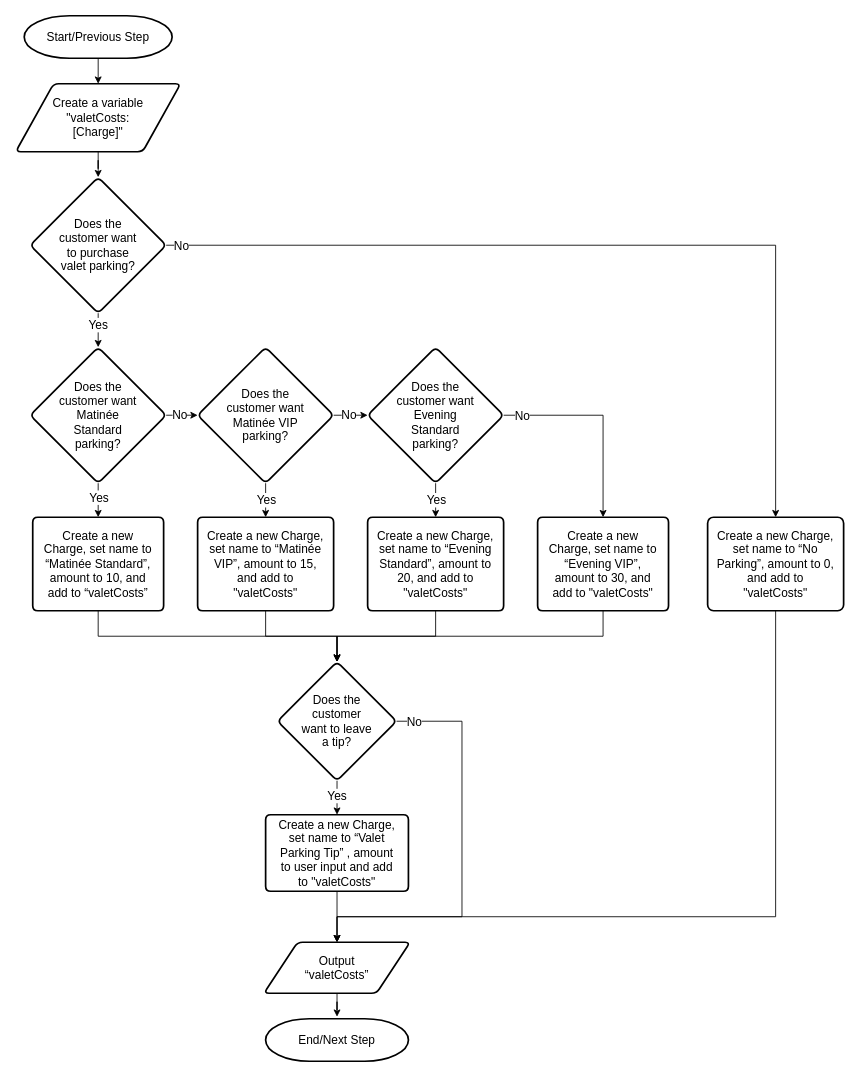
Earlier version of the draw.io diagram APS145NFF/W5/APS145_WS5_logic1_part5.drawio (lucanovello/Winter-2024). Source tidied: cells renumbered, new cells numbered last; positions are measured from the earlier drawing's top-left corner, leaving out a move shared by most shapes. Both pictures are drawn from the tidied source at 85%, with x=0, y=0 at pixel (15, 15).
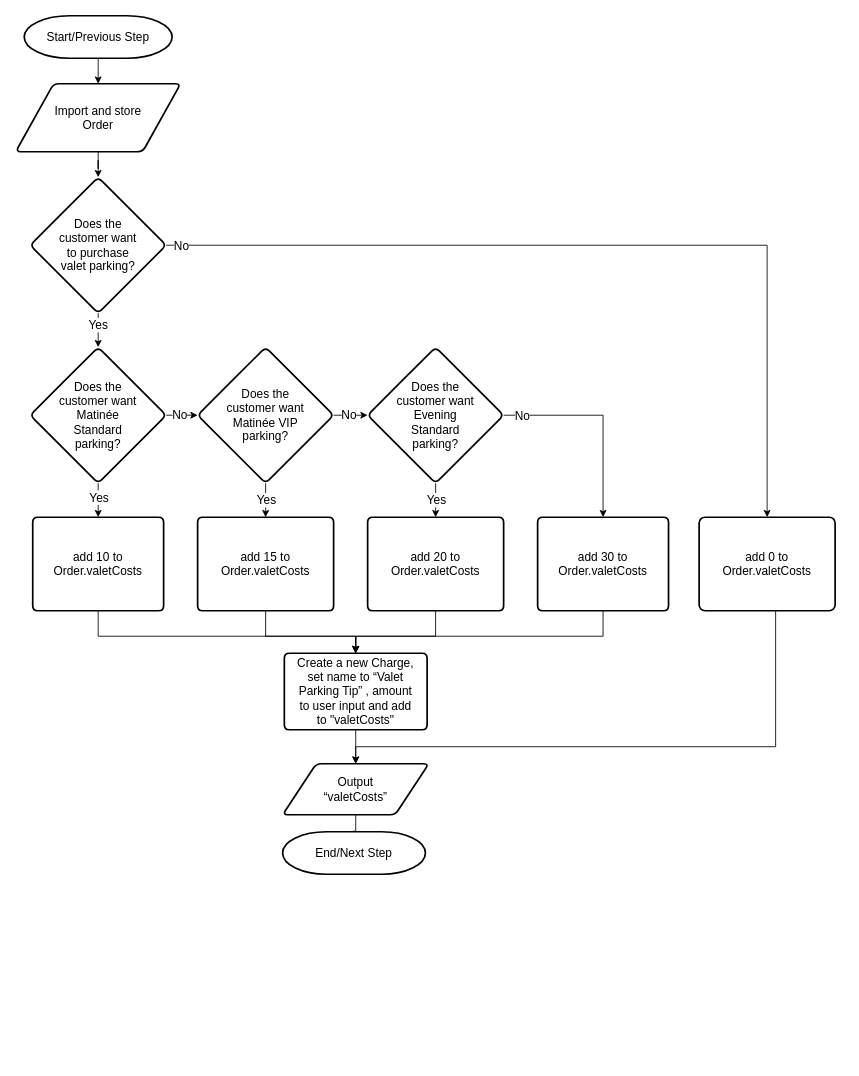
The same page after the edit.

What changed in the source:
```diff
@@
     <mxCell id="10" value="Output “valetCosts”" style="shape=parallelogram;html=1;strokeWidth=2;perimeter=parallelogramPerimeter;whiteSpace=wrap;rounded=1;arcSize=12;size=0.23;spacing=20;spacingTop=20;spacingBottom=20;spacingLeft=30;spacingRight=30;fontSize=14;" parent="1" vertex="1">
-      <mxGeometry x="292" y="1090" width="172" height="60" as="geometry" />
+      <mxGeometry x="314" y="880" width="172" height="60" as="geometry" />
     </mxCell>
@@
-    <mxCell id="12" value="&lt;div style=&quot;font-size: 14px;&quot;&gt;Create a variable &quot;valetCosts: [Charge]&quot;&lt;/div&gt;" style="shape=parallelogram;html=1;strokeWidth=2;perimeter=parallelogramPerimeter;whiteSpace=wrap;rounded=1;arcSize=12;size=0.23;spacing=20;spacingTop=20;spacingBottom=20;spacingLeft=20;spacingRight=20;fontSize=14;" parent="1" vertex="1">
+    <mxCell id="12" value="&lt;div style=&quot;font-size: 14px;&quot;&gt;Import and store Order&lt;/div&gt;" style="shape=parallelogram;html=1;strokeWidth=2;perimeter=parallelogramPerimeter;whiteSpace=wrap;rounded=1;arcSize=12;size=0.23;spacing=20;spacingTop=20;spacingBottom=20;spacingLeft=20;spacingRight=20;fontSize=14;" parent="1" vertex="1">
       <mxGeometry y="80" width="194" height="80" as="geometry" />
     </mxCell>
     <mxCell id="13" value="End/Next Step" style="strokeWidth=2;html=1;shape=mxgraph.flowchart.terminator;whiteSpace=wrap;spacing=20;spacingTop=5;spacingBottom=5;spacingLeft=5;spacingRight=5;fontSize=14;" parent="1" vertex="1">
-      <mxGeometry x="294" y="1180" width="168" height="50" as="geometry" />
+      <mxGeometry x="314" y="960" width="168" height="50" as="geometry" />
     </mxCell>
-    <mxCell id="14" style="edgeStyle=orthogonalEdgeStyle;rounded=0;jettySize=auto;html=1;entryX=0.5;entryY=0;entryDx=0;entryDy=0;fontSize=14;" parent="1" edge="1" source="18" target="10">
-      <mxGeometry relative="1" as="geometry">
-        <Array as="points">
-          <mxPoint x="525" y="830" />
-          <mxPoint x="525" y="1060" />
-          <mxPoint x="378" y="1060" />
-        </Array>
-      </mxGeometry>
-    </mxCell>
-    <mxCell id="15" value="No" style="edgeLabel;html=1;align=center;verticalAlign=middle;fontSize=14;" parent="14" vertex="1">
-      <mxGeometry x="-0.88" y="-1" relative="1" as="geometry">
-        <mxPoint x="-9" y="-1" as="offset" />
-      </mxGeometry>
-    </mxCell>
-    <mxCell id="16" style="edgeStyle=orthogonalEdgeStyle;rounded=0;jettySize=auto;html=1;fontSize=14;" parent="1" edge="1" source="18" target="20">
-      <mxGeometry relative="1" as="geometry" />
-    </mxCell>
-    <mxCell id="17" value="Yes" style="edgeLabel;html=1;align=center;verticalAlign=middle;fontSize=14;" parent="16" vertex="1">
-      <mxGeometry x="-0.13" y="-1" relative="1" as="geometry" />
-    </mxCell>
-    <mxCell id="18" value="&lt;p style=&quot;line-height: 120%; font-size: 14px;&quot;&gt;Does the customer want to leave a tip?&lt;/p&gt;" style="rhombus;whiteSpace=wrap;html=1;strokeWidth=2;rounded=1;arcSize=12;verticalAlign=middle;horizontal=1;spacing=21;spacingBottom=5;spacingTop=5;spacingLeft=5;spacingRight=5;fontSize=14;" parent="1" vertex="1">
-      <mxGeometry x="308" y="760" width="140" height="140" as="geometry" />
-    </mxCell>
@@
     <mxCell id="20" value="Create a new Charge, set name to “Valet Parking Tip” , amount to user input and add to &quot;valetCosts&quot;" style="shape=parallelogram;html=1;strokeWidth=2;perimeter=parallelogramPerimeter;whiteSpace=wrap;rounded=1;arcSize=12;size=0;spacing=12;spacingLeft=0;spacingRight=0;fontSize=14;" parent="1" vertex="1">
-      <mxGeometry x="294" y="940" width="168" height="90" as="geometry" />
+      <mxGeometry x="316" y="750" width="168" height="90" as="geometry" />
     </mxCell>
@@
-    <mxCell id="31" style="edgeStyle=orthogonalEdgeStyle;rounded=0;jettySize=auto;html=1;entryX=0.5;entryY=0;entryDx=0;entryDy=0;fontSize=14;" parent="1" edge="1" source="32" target="18">
-      <mxGeometry relative="1" as="geometry">
-        <Array as="points">
-          <mxPoint x="97" y="730" />
-          <mxPoint x="378" y="730" />
-        </Array>
-      </mxGeometry>
-    </mxCell>
+    <mxCell id="46" style="edgeStyle=orthogonalEdgeStyle;rounded=0;jettySize=auto;html=1;entryX=0.5;entryY=0;entryDx=0;entryDy=0;" parent="1" edge="1" source="32" target="20">
+      <mxGeometry relative="1" as="geometry">
+        <Array as="points">
+          <mxPoint x="97" y="730" />
+          <mxPoint x="400" y="730" />
+        </Array>
+      </mxGeometry>
+    </mxCell>
-    <mxCell id="32" value="Create a new Charge, set name to “Matinée Standard”, amount to 10, and add to “valetCosts”" style="shape=parallelogram;html=1;strokeWidth=2;perimeter=parallelogramPerimeter;whiteSpace=wrap;rounded=1;arcSize=12;size=0;spacing=12;spacingLeft=0;spacingRight=0;fontSize=14;" parent="1" vertex="1">
+    <mxCell id="32" value="add 10 to Order.valetCosts" style="shape=parallelogram;html=1;strokeWidth=2;perimeter=parallelogramPerimeter;whiteSpace=wrap;rounded=1;arcSize=12;size=0;spacing=12;spacingLeft=0;spacingRight=0;fontSize=14;" parent="1" vertex="1">
       <mxGeometry x="20" y="590" width="154" height="110" as="geometry" />
     </mxCell>
-    <mxCell id="33" style="edgeStyle=orthogonalEdgeStyle;rounded=0;jettySize=auto;html=1;entryX=0.5;entryY=0;entryDx=0;entryDy=0;fontSize=14;" parent="1" edge="1" source="34" target="18">
-      <mxGeometry relative="1" as="geometry" />
-    </mxCell>
+    <mxCell id="47" style="edgeStyle=orthogonalEdgeStyle;rounded=0;jettySize=auto;html=1;entryX=0.5;entryY=0;entryDx=0;entryDy=0;" parent="1" edge="1" source="34" target="20">
+      <mxGeometry relative="1" as="geometry">
+        <Array as="points">
+          <mxPoint x="294" y="730" />
+          <mxPoint x="400" y="730" />
+        </Array>
+      </mxGeometry>
+    </mxCell>
-    <mxCell id="34" value="Create a new Charge, set name to “Matinée VIP”, amount to 15, and add to &quot;valetCosts&quot;" style="shape=parallelogram;html=1;strokeWidth=2;perimeter=parallelogramPerimeter;whiteSpace=wrap;rounded=1;arcSize=12;size=0;spacing=12;spacingLeft=0;spacingRight=0;fontSize=14;" parent="1" vertex="1">
+    <mxCell id="34" value="add 15 to Order.valetCosts" style="shape=parallelogram;html=1;strokeWidth=2;perimeter=parallelogramPerimeter;whiteSpace=wrap;rounded=1;arcSize=12;size=0;spacing=12;spacingLeft=0;spacingRight=0;fontSize=14;" parent="1" vertex="1">
       <mxGeometry x="214" y="590" width="160" height="110" as="geometry" />
     </mxCell>
-    <mxCell id="35" style="edgeStyle=orthogonalEdgeStyle;rounded=0;jettySize=auto;html=1;entryX=0.5;entryY=0;entryDx=0;entryDy=0;fontSize=14;" parent="1" edge="1" source="36" target="18">
-      <mxGeometry relative="1" as="geometry" />
-    </mxCell>
+    <mxCell id="48" style="edgeStyle=orthogonalEdgeStyle;rounded=0;jettySize=auto;html=1;entryX=0.5;entryY=0;entryDx=0;entryDy=0;" parent="1" edge="1" source="36" target="20">
+      <mxGeometry relative="1" as="geometry">
+        <Array as="points">
+          <mxPoint x="494" y="730" />
+          <mxPoint x="400" y="730" />
+        </Array>
+      </mxGeometry>
+    </mxCell>
-    <mxCell id="36" value="Create a new Charge, set name to “Evening Standard”, amount to 20, and add to &quot;valetCosts&quot;" style="shape=parallelogram;html=1;strokeWidth=2;perimeter=parallelogramPerimeter;whiteSpace=wrap;rounded=1;arcSize=12;size=0;spacing=12;spacingLeft=0;spacingRight=0;fontSize=14;" parent="1" vertex="1">
+    <mxCell id="36" value="add 20 to Order.valetCosts" style="shape=parallelogram;html=1;strokeWidth=2;perimeter=parallelogramPerimeter;whiteSpace=wrap;rounded=1;arcSize=12;size=0;spacing=12;spacingLeft=0;spacingRight=0;fontSize=14;" parent="1" vertex="1">
       <mxGeometry x="414" y="590" width="160" height="110" as="geometry" />
     </mxCell>
-    <mxCell id="37" style="edgeStyle=orthogonalEdgeStyle;rounded=0;jettySize=auto;html=1;entryX=0.5;entryY=0;entryDx=0;entryDy=0;fontSize=14;exitX=0.5;exitY=1;exitDx=0;exitDy=0;" parent="1" edge="1" source="38" target="18">
-      <mxGeometry relative="1" as="geometry">
-        <Array as="points">
-          <mxPoint x="691" y="730" />
-          <mxPoint x="378" y="730" />
-        </Array>
-      </mxGeometry>
-    </mxCell>
+    <mxCell id="49" style="edgeStyle=orthogonalEdgeStyle;rounded=0;jettySize=auto;html=1;entryX=0.5;entryY=0;entryDx=0;entryDy=0;" parent="1" edge="1" source="38" target="20">
+      <mxGeometry relative="1" as="geometry">
+        <Array as="points">
+          <mxPoint x="691" y="730" />
+          <mxPoint x="400" y="730" />
+        </Array>
+      </mxGeometry>
+    </mxCell>
-    <mxCell id="38" value="Create a new Charge, set name to “Evening VIP”, amount to 30, and add to &quot;valetCosts&quot;" style="shape=parallelogram;html=1;strokeWidth=2;perimeter=parallelogramPerimeter;whiteSpace=wrap;rounded=1;arcSize=12;size=0;spacing=12;spacingLeft=0;spacingRight=0;fontSize=14;" parent="1" vertex="1">
+    <mxCell id="38" value="add 30 to Order.valetCosts" style="shape=parallelogram;html=1;strokeWidth=2;perimeter=parallelogramPerimeter;whiteSpace=wrap;rounded=1;arcSize=12;size=0;spacing=12;spacingLeft=0;spacingRight=0;fontSize=14;" parent="1" vertex="1">
       <mxGeometry x="614" y="590" width="154" height="110" as="geometry" />
     </mxCell>
@@
     <mxCell id="44" style="edgeStyle=orthogonalEdgeStyle;rounded=0;jettySize=auto;html=1;entryX=0.5;entryY=0;entryDx=0;entryDy=0;" parent="1" edge="1" source="45" target="10">
       <mxGeometry relative="1" as="geometry">
         <Array as="points">
-          <mxPoint x="894" y="1060" />
-          <mxPoint x="378" y="1060" />
+          <mxPoint x="894" y="860" />
+          <mxPoint x="400" y="860" />
         </Array>
       </mxGeometry>
     </mxCell>
-    <mxCell id="45" value="Create a new Charge, set name to “No Parking”, amount to 0, and add to &quot;valetCosts&quot;" style="rounded=1;whiteSpace=wrap;html=1;absoluteArcSize=1;arcSize=14;strokeWidth=2;spacing=10;spacingTop=0;spacingBottom=0;spacingLeft=0;spacingRight=0;fontSize=14;" parent="1" vertex="1">
-      <mxGeometry x="814" y="590" width="160" height="110" as="geometry" />
+    <mxCell id="45" value="add 0 to Order.valetCosts" style="rounded=1;whiteSpace=wrap;html=1;absoluteArcSize=1;arcSize=14;strokeWidth=2;spacing=10;spacingTop=0;spacingBottom=0;spacingLeft=0;spacingRight=0;fontSize=14;" parent="1" vertex="1">
+      <mxGeometry x="804" y="590" width="160" height="110" as="geometry" />
     </mxCell>
```
